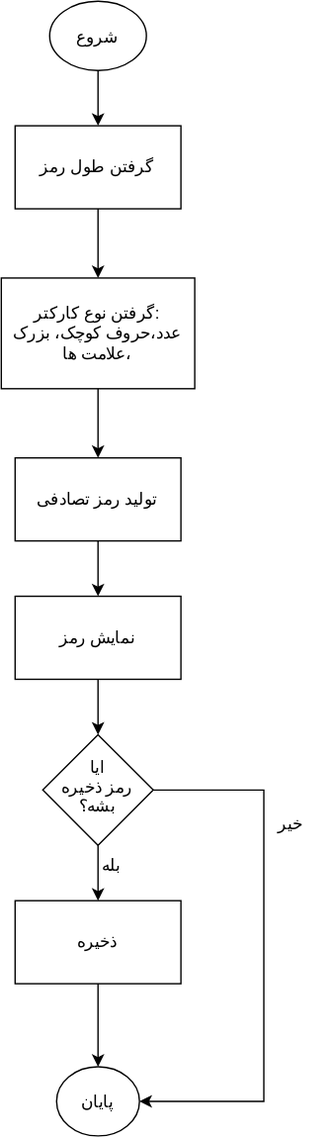
Earlier version of the draw.io export docs/diagrams/password_generator_flow.drawio.svg (nodahani/password-generator). Source tidied: cells renumbered, new cells last; positions are measured from the earlier drawing's top-left corner, leaving out a move shared by most shapes.
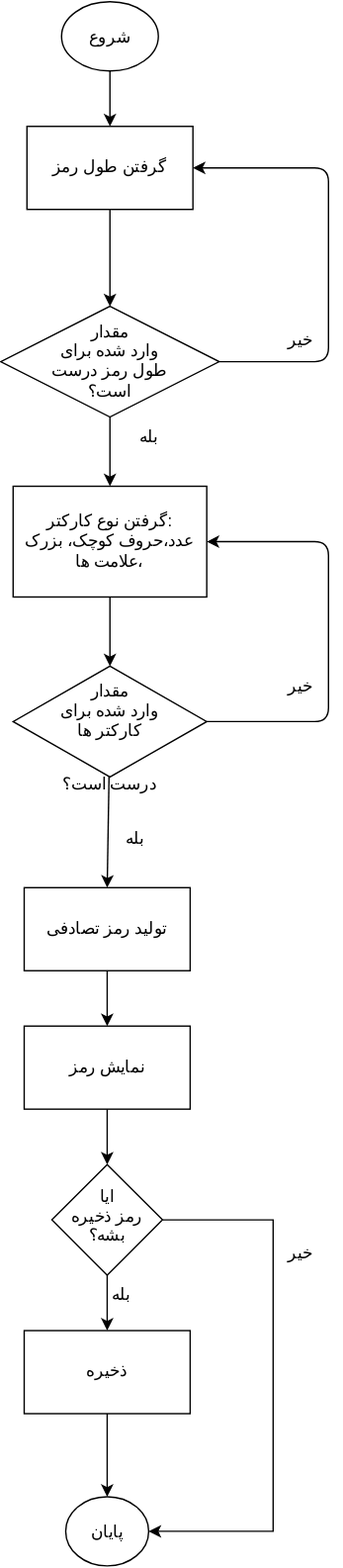
Later version of the same file.

Commit message:
docs: update password generator flowchart

The edit, as a diff of the source:
```diff
@@ -6,13 +6,13 @@
       <mxGeometry relative="1" as="geometry" />
     </mxCell>
     <mxCell id="3" value="شروع" style="ellipse;whiteSpace=wrap;html=1;shapeInside=1;" parent="1" vertex="1">
-      <mxGeometry x="35" width="70" height="50" as="geometry" />
+      <mxGeometry x="37" y="-310" width="70" height="50" as="geometry" />
     </mxCell>
-    <mxCell id="4" style="edgeStyle=none;html=1;" parent="1" edge="1" source="5" target="19">
-      <mxGeometry relative="1" as="geometry" />
-    </mxCell>
+    <mxCell id="20" style="edgeStyle=none;html=1;" parent="1" edge="1" source="5" target="24">
+      <mxGeometry relative="1" as="geometry" />
+    </mxCell>
     <mxCell id="5" value="گرفتن طول رمز" style="whiteSpace=wrap;html=1;" parent="1" vertex="1">
-      <mxGeometry x="10" y="90" width="120" height="60" as="geometry" />
+      <mxGeometry x="12" y="-220" width="120" height="60" as="geometry" />
     </mxCell>
     <mxCell id="6" style="edgeStyle=none;html=1;" parent="1" edge="1" source="7" target="12">
       <mxGeometry relative="1" as="geometry" />
@@ -55,11 +55,51 @@
     <mxCell id="17" value="بله" style="text;html=1;whiteSpace=wrap;strokeColor=none;fillColor=none;align=center;verticalAlign=middle;rounded=0;" parent="1" vertex="1">
       <mxGeometry x="50" y="610" width="60" height="30" as="geometry" />
     </mxCell>
-    <mxCell id="18" style="edgeStyle=none;html=1;" parent="1" edge="1" source="19" target="7">
-      <mxGeometry relative="1" as="geometry" />
-    </mxCell>
+    <mxCell id="21" style="edgeStyle=none;html=1;" parent="1" edge="1" source="19" target="28">
+      <mxGeometry relative="1" as="geometry" />
+    </mxCell>
     <mxCell id="19" value="گرفتن نوع کارکتر:&lt;div&gt;عدد،حروف کوچک، بزرک ،علامت ها&lt;/div&gt;" style="whiteSpace=wrap;html=1;" parent="1" vertex="1">
-      <mxGeometry y="200" width="140" height="80" as="geometry" />
+      <mxGeometry x="2" y="40" width="140" height="80" as="geometry" />
     </mxCell>
+    <mxCell id="22" style="edgeStyle=none;html=1;entryX=1;entryY=0.5;entryDx=0;entryDy=0;exitX=1;exitY=0.5;exitDx=0;exitDy=0;" parent="1" edge="1" source="24" target="5">
+      <mxGeometry relative="1" as="geometry">
+        <Array as="points">
+          <mxPoint x="230" y="-50" />
+          <mxPoint x="230" y="-190" />
+        </Array>
+      </mxGeometry>
+    </mxCell>
+    <mxCell id="23" style="edgeStyle=none;html=1;entryX=0.5;entryY=0;entryDx=0;entryDy=0;" parent="1" edge="1" source="24" target="19">
+      <mxGeometry relative="1" as="geometry" />
+    </mxCell>
+    <mxCell id="24" value="مقدار وارد شده برای طول رمز درست است؟" style="rhombus;whiteSpace=wrap;html=1;shapeInside=1;" parent="1" vertex="1">
+      <mxGeometry x="-7" y="-90" width="158" height="80" as="geometry" />
+    </mxCell>
+    <mxCell id="25" value="خیر" style="text;html=1;whiteSpace=wrap;strokeColor=none;fillColor=none;align=center;verticalAlign=middle;rounded=0;" parent="1" vertex="1">
+      <mxGeometry x="180" y="-80" width="60" height="30" as="geometry" />
+    </mxCell>
+    <mxCell id="26" style="edgeStyle=none;html=1;entryX=0.5;entryY=0;entryDx=0;entryDy=0;" parent="1" edge="1" source="28" target="7">
+      <mxGeometry relative="1" as="geometry" />
+    </mxCell>
+    <mxCell id="27" style="edgeStyle=none;html=1;entryX=1;entryY=0.5;entryDx=0;entryDy=0;" parent="1" edge="1" source="28" target="19">
+      <mxGeometry relative="1" as="geometry">
+        <Array as="points">
+          <mxPoint x="230" y="210" />
+          <mxPoint x="230" y="80" />
+        </Array>
+      </mxGeometry>
+    </mxCell>
+    <mxCell id="28" value="مقدار وارد شده برای کارکتر ها درست است؟" style="rhombus;whiteSpace=wrap;html=1;shapeInside=1;" parent="1" vertex="1">
+      <mxGeometry x="2" y="170" width="140" height="80" as="geometry" />
+    </mxCell>
+    <mxCell id="29" value="بله" style="text;html=1;whiteSpace=wrap;strokeColor=none;fillColor=none;align=center;verticalAlign=middle;rounded=0;" parent="1" vertex="1">
+      <mxGeometry x="60" y="280" width="60" height="30" as="geometry" />
+    </mxCell>
+    <mxCell id="30" value="بله" style="text;html=1;whiteSpace=wrap;strokeColor=none;fillColor=none;align=center;verticalAlign=middle;rounded=0;" parent="1" vertex="1">
+      <mxGeometry x="70" y="-10" width="60" height="30" as="geometry" />
+    </mxCell>
+    <mxCell id="31" value="خیر" style="text;html=1;whiteSpace=wrap;strokeColor=none;fillColor=none;align=center;verticalAlign=middle;rounded=0;" parent="1" vertex="1">
+      <mxGeometry x="180" y="170" width="60" height="30" as="geometry" />
+    </mxCell>
   </root>
 </mxGraphModel>
```
